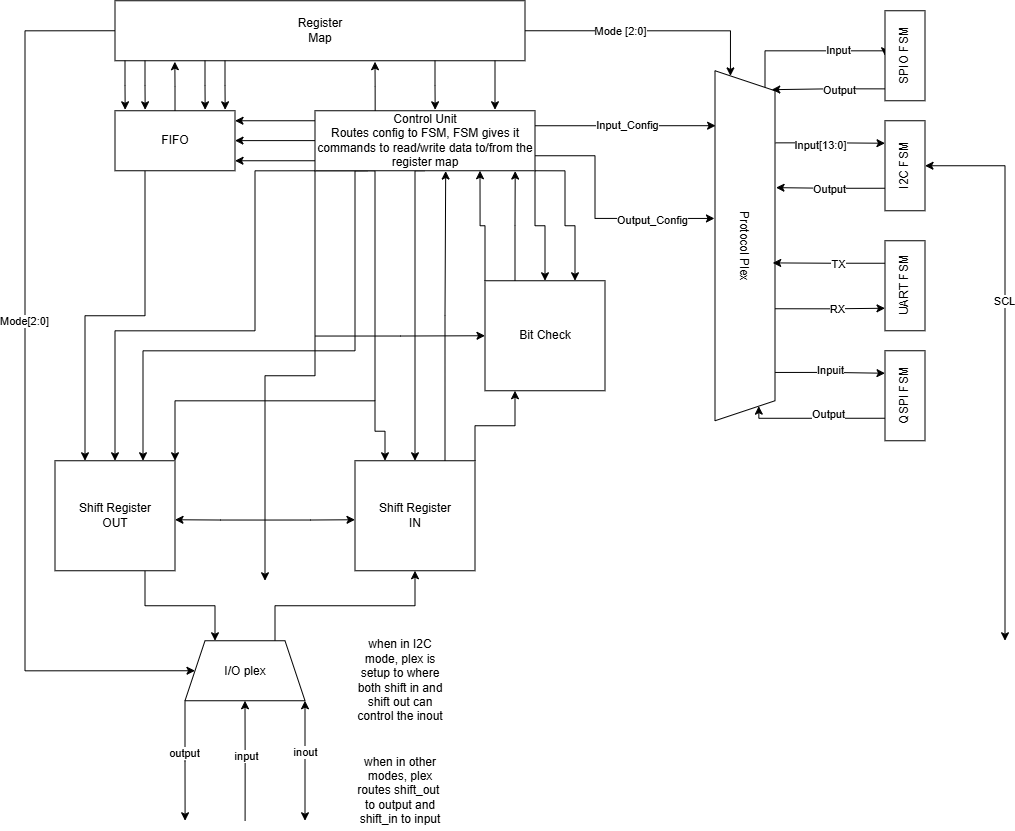
This is docs/V2 TOP LEVEL KADE.png from Purdue-SoCET/USI, a draw.io export, as it was before one commit. Source tidied: cells renumbered, new cells last; positions are measured from the earlier drawing's top-left corner, leaving out a move shared by most shapes.
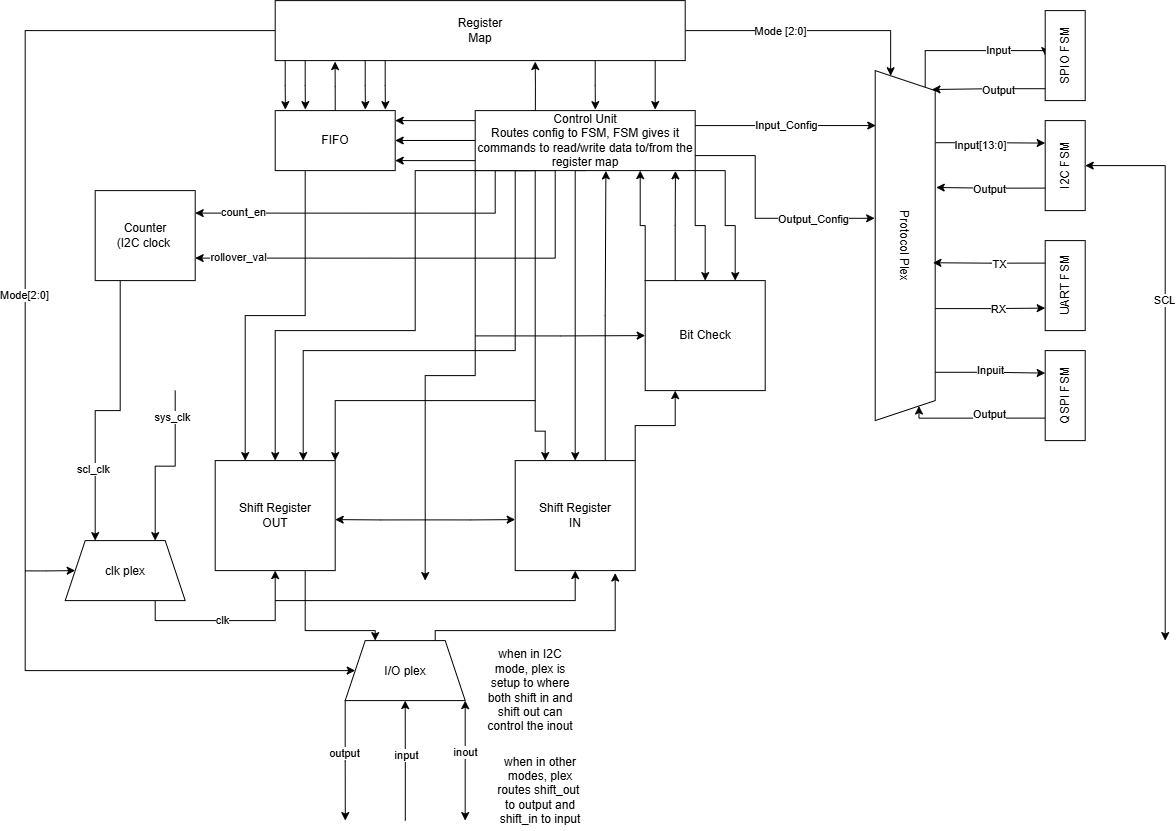
The same file after the commit.

Commit message:
v2 of USI system RTL diagram

What changed in the source:
```diff
@@ -11,8 +11,8 @@
     <mxCell id="4" style="edgeStyle=orthogonalEdgeStyle;rounded=0;jettySize=auto;html=1;exitX=0;exitY=0.5;exitDx=0;exitDy=0;entryX=0;entryY=0.5;entryDx=0;entryDy=0;" parent="1" edge="1" source="6" target="74">
       <mxGeometry relative="1" as="geometry">
         <Array as="points">
-          <mxPoint y="30" />
-          <mxPoint y="670" />
+          <mxPoint x="-160" y="30" />
+          <mxPoint x="-160" y="670" />
         </Array>
       </mxGeometry>
     </mxCell>
@@ -87,6 +87,28 @@
         </Array>
       </mxGeometry>
     </mxCell>
+    <mxCell id="77" style="edgeStyle=orthogonalEdgeStyle;rounded=0;jettySize=auto;html=1;exitX=0.25;exitY=1;exitDx=0;exitDy=0;entryX=1;entryY=0.75;entryDx=0;entryDy=0;" parent="1" edge="1" source="17" target="90">
+      <mxGeometry relative="1" as="geometry">
+        <Array as="points">
+          <mxPoint x="370" y="170" />
+          <mxPoint x="370" y="257.5" />
+        </Array>
+      </mxGeometry>
+    </mxCell>
+    <mxCell id="78" value="rollover_val" style="edgeLabel;html=1;align=center;verticalAlign=middle;" parent="77" vertex="1">
+      <mxGeometry x="0.82" y="-1" relative="1" as="geometry" />
+    </mxCell>
+    <mxCell id="79" style="edgeStyle=orthogonalEdgeStyle;rounded=0;jettySize=auto;html=1;exitX=0.25;exitY=1;exitDx=0;exitDy=0;entryX=1;entryY=0.25;entryDx=0;entryDy=0;" parent="1" edge="1" source="17" target="90">
+      <mxGeometry relative="1" as="geometry">
+        <Array as="points">
+          <mxPoint x="310" y="170" />
+          <mxPoint x="310" y="212.5" />
+        </Array>
+      </mxGeometry>
+    </mxCell>
+    <mxCell id="80" value="count_en" style="edgeLabel;html=1;align=center;verticalAlign=middle;" parent="79" vertex="1">
+      <mxGeometry x="0.75" y="-1" relative="1" as="geometry" />
+    </mxCell>
     <mxCell id="17" value="Control Unit&lt;div&gt;Routes config to FSM, FSM gives it commands to read/write data to/from the register map&lt;/div&gt;" style="rounded=0;whiteSpace=wrap;html=1;" parent="1" vertex="1">
       <mxGeometry x="290" y="110" width="220" height="60" as="geometry" />
     </mxCell>
@@ -201,6 +223,14 @@
     <mxCell id="40" style="edgeStyle=orthogonalEdgeStyle;rounded=0;jettySize=auto;html=1;exitX=1;exitY=0;exitDx=0;exitDy=0;entryX=0.25;entryY=1;entryDx=0;entryDy=0;" parent="1" edge="1" source="41" target="44">
       <mxGeometry relative="1" as="geometry" />
     </mxCell>
+    <mxCell id="81" style="edgeStyle=orthogonalEdgeStyle;rounded=0;jettySize=auto;html=1;exitX=0.25;exitY=1;exitDx=0;exitDy=0;entryX=0.5;entryY=1;entryDx=0;entryDy=0;" parent="1" edge="1" target="41">
+      <mxGeometry relative="1" as="geometry">
+        <mxPoint x="90" y="600" as="sourcePoint" />
+        <Array as="points">
+          <mxPoint x="390" y="600" />
+        </Array>
+      </mxGeometry>
+    </mxCell>
     <mxCell id="41" value="Shift Register&lt;div&gt;IN&lt;/div&gt;" style="rounded=0;whiteSpace=wrap;html=1;" parent="1" vertex="1">
       <mxGeometry x="330" y="460" width="120" height="110" as="geometry" />
     </mxCell>
@@ -222,7 +252,12 @@
       </mxGeometry>
     </mxCell>
     <mxCell id="46" style="edgeStyle=orthogonalEdgeStyle;rounded=0;jettySize=auto;html=1;exitX=0.75;exitY=1;exitDx=0;exitDy=0;entryX=0.25;entryY=0;entryDx=0;entryDy=0;" parent="1" edge="1" source="47" target="74">
-      <mxGeometry relative="1" as="geometry" />
+      <mxGeometry relative="1" as="geometry">
+        <Array as="points">
+          <mxPoint x="120" y="630" />
+          <mxPoint x="190" y="630" />
+        </Array>
+      </mxGeometry>
     </mxCell>
     <mxCell id="47" value="Shift Register&lt;div&gt;OUT&lt;/div&gt;" style="rounded=0;whiteSpace=wrap;html=1;" parent="1" vertex="1">
       <mxGeometry x="30" y="460" width="120" height="110" as="geometry" />
@@ -295,8 +330,14 @@
     <mxCell id="66" value="Output" style="edgeLabel;html=1;align=center;verticalAlign=middle;" parent="65" vertex="1">
       <mxGeometry x="0.03" y="1" relative="1" as="geometry" />
     </mxCell>
-    <mxCell id="67" style="edgeStyle=orthogonalEdgeStyle;rounded=0;jettySize=auto;html=1;exitX=0.75;exitY=0;exitDx=0;exitDy=0;entryX=0.5;entryY=1;entryDx=0;entryDy=0;" parent="1" edge="1" source="74" target="41">
-      <mxGeometry relative="1" as="geometry" />
+    <mxCell id="67" style="edgeStyle=orthogonalEdgeStyle;rounded=0;jettySize=auto;html=1;exitX=0.75;exitY=0;exitDx=0;exitDy=0;entryX=0.83;entryY=1.022;entryDx=0;entryDy=0;entryPerimeter=0;" parent="1" edge="1" source="74" target="41">
+      <mxGeometry relative="1" as="geometry">
+        <Array as="points">
+          <mxPoint x="250" y="630" />
+          <mxPoint x="430" y="630" />
+          <mxPoint x="430" y="572.4" />
+        </Array>
+      </mxGeometry>
     </mxCell>
     <mxCell id="68" style="edgeStyle=orthogonalEdgeStyle;rounded=0;orthogonalLoop=1;jettySize=auto;html=1;exitX=0.5;exitY=1;exitDx=0;exitDy=0;startArrow=classic;startFill=1;" parent="1" edge="1">
       <mxGeometry relative="1" as="geometry">
@@ -328,10 +369,46 @@
       <mxGeometry x="160" y="640" width="120" height="60" as="geometry" />
     </mxCell>
     <mxCell id="75" value="when in I2C mode, plex is setup to where both shift in and shift out can control the inout" style="text;html=1;whiteSpace=wrap;strokeColor=none;fillColor=none;align=center;verticalAlign=middle;rounded=0;" parent="1" vertex="1">
-      <mxGeometry x="330" y="650" width="90" height="60" as="geometry" />
+      <mxGeometry x="300" y="660" width="90" height="60" as="geometry" />
     </mxCell>
     <mxCell id="76" value="when in other modes, plex routes shift_out&amp;nbsp; to output and shift_in to input" style="text;html=1;whiteSpace=wrap;strokeColor=none;fillColor=none;align=center;verticalAlign=middle;rounded=0;" parent="1" vertex="1">
-      <mxGeometry x="330" y="760" width="90" height="60" as="geometry" />
+      <mxGeometry x="310" y="760" width="90" height="60" as="geometry" />
     </mxCell>
+    <mxCell id="82" style="edgeStyle=orthogonalEdgeStyle;rounded=0;jettySize=auto;html=1;exitX=0;exitY=0.5;exitDx=0;exitDy=0;entryX=0;entryY=0.5;entryDx=0;entryDy=0;" parent="1" edge="1" target="87">
+      <mxGeometry relative="1" as="geometry">
+        <mxPoint x="-160" y="570.3" as="sourcePoint" />
+      </mxGeometry>
+    </mxCell>
+    <mxCell id="83" style="edgeStyle=orthogonalEdgeStyle;rounded=0;jettySize=auto;html=1;exitX=0.75;exitY=1;exitDx=0;exitDy=0;entryX=0.5;entryY=1;entryDx=0;entryDy=0;" parent="1" edge="1" source="87" target="47">
+      <mxGeometry relative="1" as="geometry" />
+    </mxCell>
+    <mxCell id="84" value="clk" style="edgeLabel;html=1;align=center;verticalAlign=middle;" parent="83" vertex="1">
+      <mxGeometry x="-0.09" y="1" relative="1" as="geometry" />
+    </mxCell>
+    <mxCell id="85" style="edgeStyle=orthogonalEdgeStyle;rounded=0;jettySize=auto;html=1;exitX=0.75;exitY=0;exitDx=0;exitDy=0;entryX=0.75;entryY=0;entryDx=0;entryDy=0;" parent="1" edge="1" target="87">
+      <mxGeometry relative="1" as="geometry">
+        <mxPoint x="-10" y="390" as="sourcePoint" />
+      </mxGeometry>
+    </mxCell>
+    <mxCell id="86" value="sys_clk" style="edgeLabel;html=1;align=center;verticalAlign=middle;" parent="85" vertex="1">
+      <mxGeometry x="-0.69" y="-3" relative="1" as="geometry" />
+    </mxCell>
+    <mxCell id="87" value="clk plex" style="shape=trapezoid;perimeter=trapezoidPerimeter;whiteSpace=wrap;html=1;shapeInside=1;fixedSize=1;" parent="1" vertex="1">
+      <mxGeometry x="-120" y="540" width="120" height="60" as="geometry" />
+    </mxCell>
+    <mxCell id="88" style="edgeStyle=orthogonalEdgeStyle;rounded=0;jettySize=auto;html=1;exitX=0.25;exitY=1;exitDx=0;exitDy=0;entryX=0.25;entryY=0;entryDx=0;entryDy=0;" parent="1" edge="1" source="90" target="87">
+      <mxGeometry relative="1" as="geometry">
+        <Array as="points">
+          <mxPoint x="-65" y="410" />
+          <mxPoint x="-90" y="410" />
+        </Array>
+      </mxGeometry>
+    </mxCell>
+    <mxCell id="89" value="scl_clk" style="edgeLabel;html=1;align=center;verticalAlign=middle;" parent="88" vertex="1">
+      <mxGeometry x="0.5" y="-2" relative="1" as="geometry" />
+    </mxCell>
+    <mxCell id="90" value="Counter&lt;br&gt;(I2C clock&amp;nbsp;" style="rounded=0;whiteSpace=wrap;html=1;" parent="1" vertex="1">
+      <mxGeometry x="-90" y="190" width="100" height="90" as="geometry" />
+    </mxCell>
   </root>
 </mxGraphModel>
```
